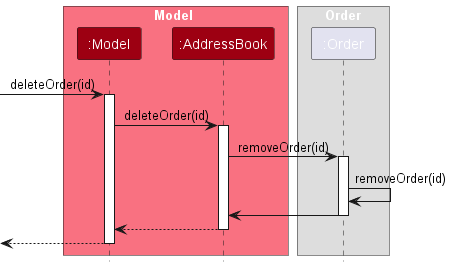
bertrandong/tp keeps this PlantUML diagram as docs/images/CancelSequenceDiagram-Model.png. Above is the earlier version.
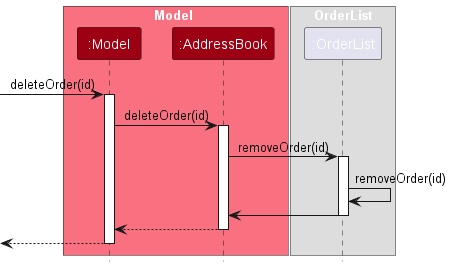
After the change.

Diff of the diagram source:
```diff
@@ -7,8 +7,8 @@
 participant ":AddressBook" as AddressBook MODEL_COLOR
 end box
 
-box Order
-participant ":Order" as Order
+box OrderList
+participant ":OrderList" as OrderList
 end box
 
 [-> Model : deleteOrder(id)
@@ -17,12 +17,12 @@
 Model -> AddressBook : deleteOrder(id)
 activate AddressBook
 
-AddressBook -> Order :removeOrder(id)
-activate Order
+AddressBook -> OrderList :removeOrder(id)
+activate OrderList
 
-Order -> Order :removeOrder(id)
-Order -> AddressBook
-deactivate Order
+OrderList -> OrderList :removeOrder(id)
+OrderList -> AddressBook
+deactivate OrderList
 
 AddressBook --> Model :
 deactivate AddressBook
```
